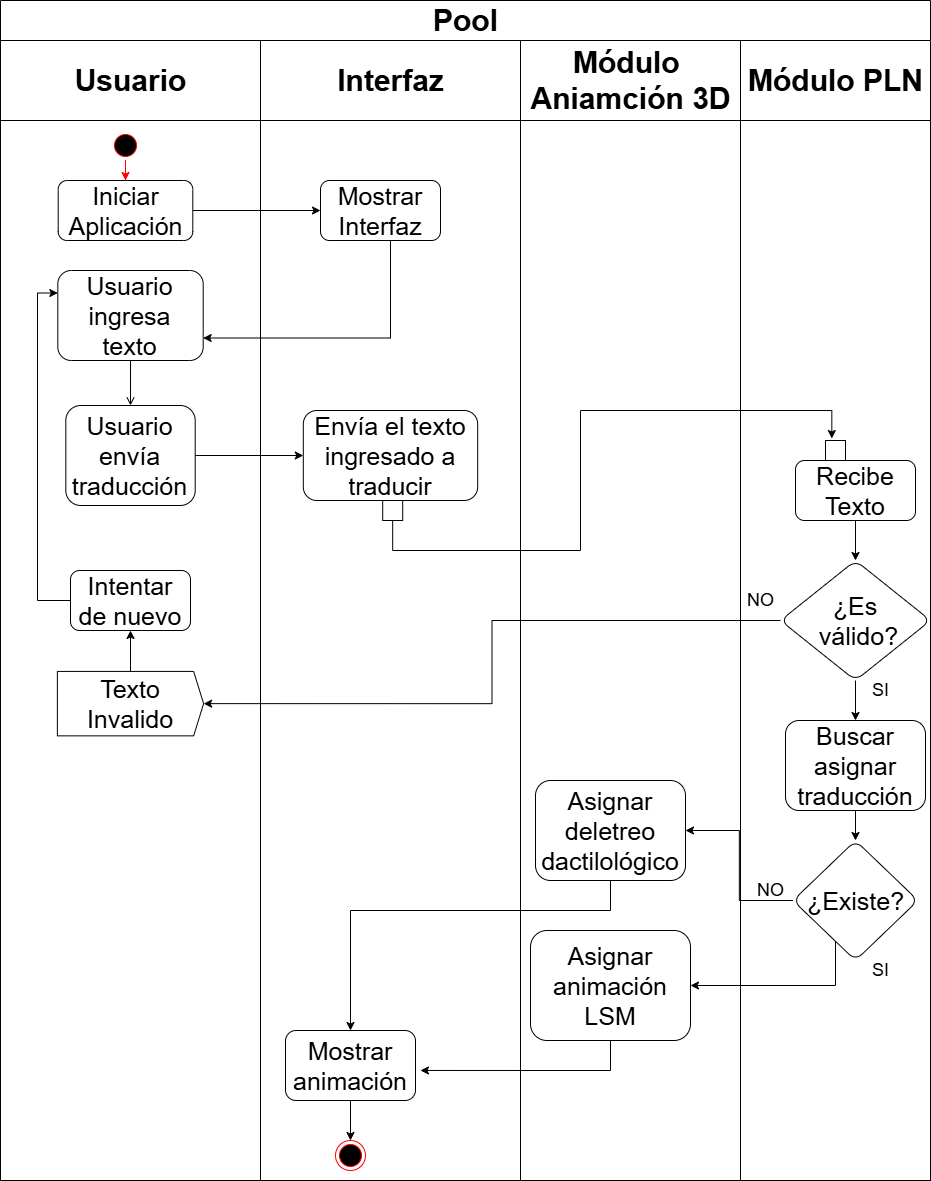
IvanSMMA/TT1_Document keeps this draw.io diagram as Images/Cap 3/Actividades.png. Above is the earlier version. Source tidied: cells renumbered, new cells last; positions are measured from the earlier drawing's top-left corner, leaving out a move shared by most shapes.
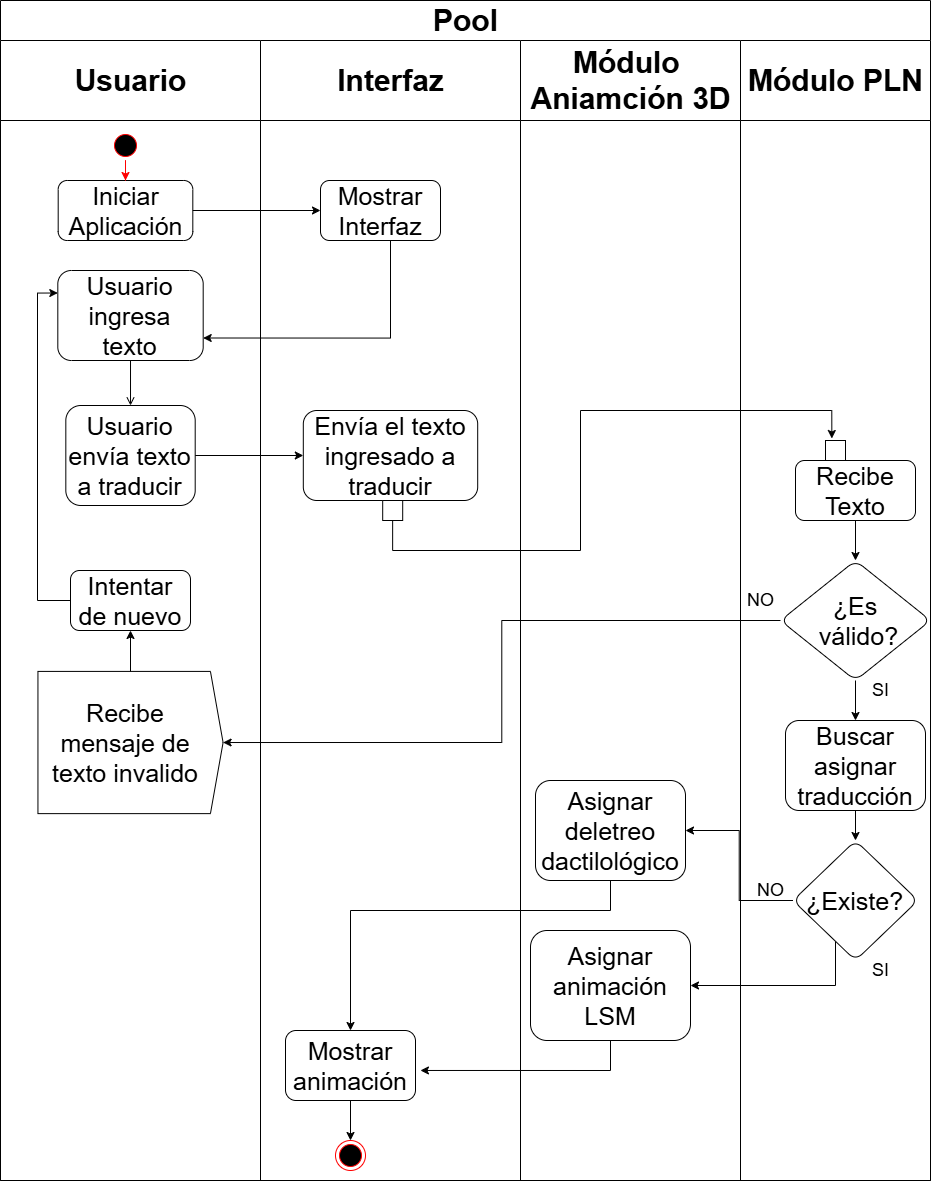
The same file after the commit.

The edit, as a diff of the source:
```diff
@@ -5,11 +5,14 @@
     <mxCell id="2" value="Pool" style="swimlane;startSize=40;html=1;fontSize=30;" parent="1" vertex="1">
       <mxGeometry width="930" height="1180" as="geometry" />
     </mxCell>
+    <mxCell id="10" style="edgeStyle=orthogonalEdgeStyle;rounded=0;jettySize=auto;html=1;entryX=0.5;entryY=1;entryDx=0;entryDy=0;" parent="2" edge="1" source="38" target="4">
+      <mxGeometry relative="1" as="geometry" />
+    </mxCell>
     <mxCell id="3" value="Usuario" style="swimlane;startSize=80;html=1;fontSize=30;" parent="2" vertex="1">
       <mxGeometry y="40" width="260" height="1140" as="geometry" />
     </mxCell>
     <mxCell id="4" style="shape=offPageConnector;whiteSpace=wrap;html=1;rotation=-90;size=0.06837606837606838;fontSize=36;" parent="3" vertex="1">
-      <mxGeometry x="97.8" y="590" width="64.4" height="146.2" as="geometry" />
+      <mxGeometry x="58.9" y="609.5" width="142.2" height="185.2" as="geometry" />
     </mxCell>
     <mxCell id="5" value="Intentar de nuevo" style="rounded=1;whiteSpace=wrap;html=1;fontSize=25;" parent="3" vertex="1">
       <mxGeometry x="70" y="530" width="120" height="60" as="geometry" />
@@ -17,18 +20,15 @@
     <mxCell id="6" style="edgeStyle=orthogonalEdgeStyle;rounded=0;jettySize=auto;html=1;entryX=0.5;entryY=1;entryDx=0;entryDy=0;fontSize=36;" parent="3" edge="1" source="4" target="5">
       <mxGeometry relative="1" as="geometry" />
     </mxCell>
-    <mxCell id="7" value="Texto Invalido" style="text;strokeColor=none;align=center;fillColor=none;html=1;verticalAlign=middle;whiteSpace=wrap;rounded=0;fontSize=25;" parent="3" vertex="1">
-      <mxGeometry x="100" y="648.1" width="60" height="30" as="geometry" />
+    <mxCell id="7" value="Recibe mensaje de texto invalido" style="text;strokeColor=none;align=center;fillColor=none;html=1;verticalAlign=middle;whiteSpace=wrap;rounded=0;fontSize=25;" parent="3" vertex="1">
+      <mxGeometry x="40" y="660.5" width="170" height="83" as="geometry" />
     </mxCell>
     <mxCell id="8" value="Iniciar Aplicación" style="rounded=1;whiteSpace=wrap;html=1;fontSize=25;" parent="3" vertex="1">
       <mxGeometry x="57.7" y="140" width="134.6" height="60" as="geometry" />
     </mxCell>
-    <mxCell id="9" value="Usuario envía traducción" style="rounded=1;whiteSpace=wrap;html=1;fontSize=25;" parent="3" vertex="1">
+    <mxCell id="9" value="Usuario envía texto a traducir" style="rounded=1;whiteSpace=wrap;html=1;fontSize=25;" parent="3" vertex="1">
       <mxGeometry x="65.3" y="365" width="129.4" height="100" as="geometry" />
     </mxCell>
-    <mxCell id="10" style="edgeStyle=orthogonalEdgeStyle;rounded=0;jettySize=auto;html=1;entryX=0.5;entryY=1;entryDx=0;entryDy=0;" parent="2" edge="1" source="38" target="4">
-      <mxGeometry relative="1" as="geometry" />
-    </mxCell>
     <mxCell id="11" value="Interfaz" style="swimlane;startSize=80;html=1;swimlaneLine=1;fontSize=30;align=center;" parent="2" vertex="1">
       <mxGeometry x="260" y="40" width="260" height="1140" as="geometry" />
     </mxCell>
```
